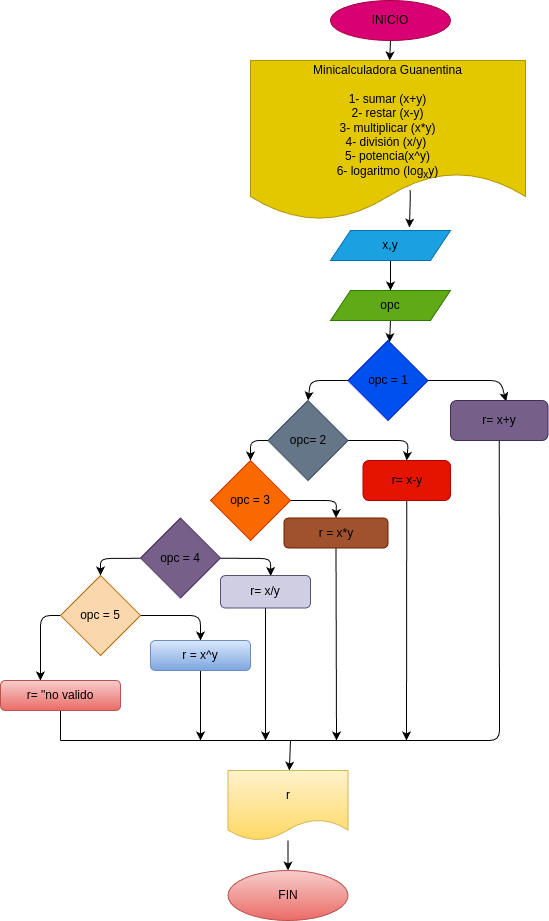
This is diagrama.png from Ortegatemariangel/Minicalculadora_Guanentina, a draw.io export, as it was before one commit. Source tidied: cells renumbered, new cells last; positions are measured from the earlier drawing's top-left corner, leaving out a move shared by most shapes.
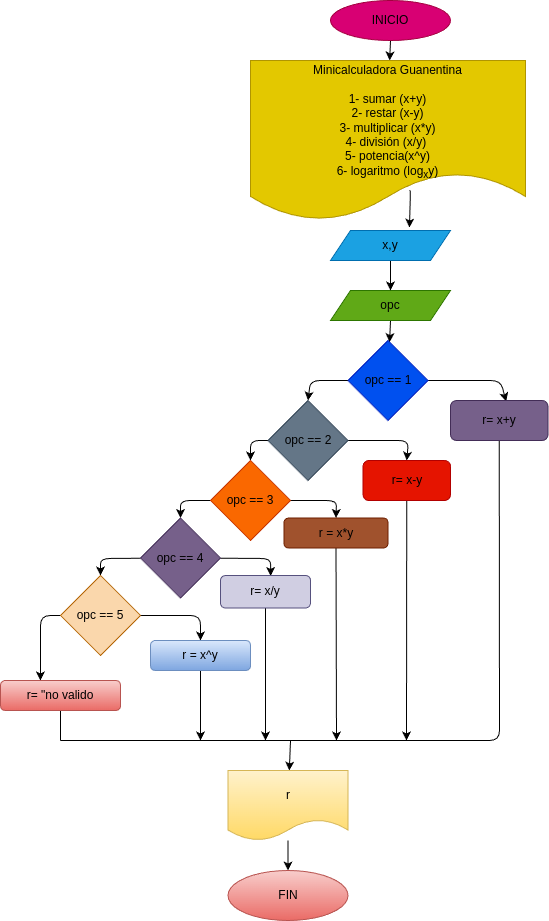
The same diagram one commit later.

What changed in the source:
```diff
@@ -45,7 +45,7 @@
         </Array>
       </mxGeometry>
     </mxCell>
-    <mxCell id="12" value="&lt;font color=&quot;#000000&quot;&gt;opc = 1&lt;/font&gt;" style="rhombus;whiteSpace=wrap;html=1;fillColor=#0050ef;fontColor=#ffffff;strokeColor=#001DBC;" parent="1" vertex="1">
+    <mxCell id="12" value="&lt;font color=&quot;#000000&quot;&gt;opc == 1&lt;/font&gt;" style="rhombus;whiteSpace=wrap;html=1;fillColor=#0050ef;fontColor=#ffffff;strokeColor=#001DBC;" parent="1" vertex="1">
       <mxGeometry x="347.5" y="340" width="80" height="80" as="geometry" />
     </mxCell>
     <mxCell id="13" style="edgeStyle=none;html=1;exitX=0.5;exitY=1;exitDx=0;exitDy=0;fontColor=#000000;endArrow=none;endFill=0;" parent="1" edge="1" source="14">
@@ -73,7 +73,7 @@
         </Array>
       </mxGeometry>
     </mxCell>
-    <mxCell id="17" value="&lt;font color=&quot;#000000&quot;&gt;opc= 2&lt;/font&gt;" style="rhombus;whiteSpace=wrap;html=1;fontColor=#ffffff;fillColor=#647687;strokeColor=#314354;" parent="1" vertex="1">
+    <mxCell id="17" value="&lt;font color=&quot;#000000&quot;&gt;opc == 2&lt;/font&gt;" style="rhombus;whiteSpace=wrap;html=1;fontColor=#ffffff;fillColor=#647687;strokeColor=#314354;" parent="1" vertex="1">
       <mxGeometry x="267.5" y="400" width="80" height="80" as="geometry" />
     </mxCell>
     <mxCell id="18" style="edgeStyle=none;html=1;exitX=0.5;exitY=1;exitDx=0;exitDy=0;fontColor=#000000;endArrow=classic;endFill=1;" parent="1" edge="1" source="19">
@@ -91,7 +91,14 @@
         </Array>
       </mxGeometry>
     </mxCell>
+    <mxCell id="40" style="edgeStyle=none;html=1;entryX=0.5;entryY=0;entryDx=0;entryDy=0;fontColor=#000000;endArrow=classic;endFill=1;" parent="1" edge="1" source="21" target="26">
+      <mxGeometry relative="1" as="geometry">
+        <Array as="points">
+          <mxPoint x="180" y="500" />
+        </Array>
+      </mxGeometry>
+    </mxCell>
-    <mxCell id="21" value="opc = 3" style="rhombus;whiteSpace=wrap;html=1;fontColor=#000000;fillColor=#fa6800;strokeColor=#C73500;" parent="1" vertex="1">
+    <mxCell id="21" value="opc == 3" style="rhombus;whiteSpace=wrap;html=1;fontColor=#000000;fillColor=#fa6800;strokeColor=#C73500;" parent="1" vertex="1">
       <mxGeometry x="210" y="460" width="80" height="80" as="geometry" />
     </mxCell>
     <mxCell id="22" style="edgeStyle=none;html=1;exitX=0.5;exitY=1;exitDx=0;exitDy=0;fontColor=#000000;endArrow=classic;endFill=1;" parent="1" edge="1" source="23">
@@ -99,7 +106,7 @@
         <mxPoint x="336" y="740" as="targetPoint" />
       </mxGeometry>
     </mxCell>
-    <mxCell id="23" value="&lt;font color=&quot;#000000&quot;&gt;r = x*y&lt;/font&gt;" style="rounded=1;whiteSpace=wrap;html=1;fontColor=#ffffff;fillColor=#a0522d;strokeColor=#6D1F00;" parent="1" vertex="1">
+    <mxCell id="23" value="&lt;font color=&quot;#000000&quot;&gt;r = x*y&lt;/font&gt;" style="rounded=1;whiteSpace=wrap;html=1;fillColor=#a0522d;strokeColor=#6D1F00;fontColor=#ffffff;" parent="1" vertex="1">
       <mxGeometry x="283.5" y="517.5" width="104" height="30" as="geometry" />
     </mxCell>
     <mxCell id="24" style="edgeStyle=none;html=1;entryX=0.558;entryY=0.015;entryDx=0;entryDy=0;entryPerimeter=0;fontColor=#000000;" parent="1" edge="1" source="26" target="28">
@@ -116,7 +123,7 @@
         </Array>
       </mxGeometry>
     </mxCell>
-    <mxCell id="26" value="&lt;font color=&quot;#000000&quot;&gt;opc = 4&lt;/font&gt;" style="rhombus;whiteSpace=wrap;html=1;fontColor=#ffffff;fillColor=#76608a;strokeColor=#432D57;" parent="1" vertex="1">
+    <mxCell id="26" value="&lt;font color=&quot;#000000&quot;&gt;opc == 4&lt;/font&gt;" style="rhombus;whiteSpace=wrap;html=1;fontColor=#ffffff;fillColor=#76608a;strokeColor=#432D57;" parent="1" vertex="1">
       <mxGeometry x="140" y="517.5" width="80" height="80" as="geometry" />
     </mxCell>
     <mxCell id="27" style="edgeStyle=none;html=1;exitX=0.5;exitY=1;exitDx=0;exitDy=0;fontColor=#000000;endArrow=classic;endFill=1;" parent="1" edge="1" source="28">
@@ -141,7 +148,7 @@
         </Array>
       </mxGeometry>
     </mxCell>
-    <mxCell id="31" value="&lt;font color=&quot;#000000&quot;&gt;opc = 5&lt;/font&gt;" style="rhombus;whiteSpace=wrap;html=1;fillColor=#fad7ac;strokeColor=#b46504;" parent="1" vertex="1">
+    <mxCell id="31" value="&lt;font color=&quot;#000000&quot;&gt;opc == 5&lt;/font&gt;" style="rhombus;whiteSpace=wrap;html=1;fillColor=#fad7ac;strokeColor=#b46504;" parent="1" vertex="1">
       <mxGeometry x="60" y="575" width="80" height="80" as="geometry" />
     </mxCell>
     <mxCell id="32" style="edgeStyle=none;html=1;fontColor=#000000;endArrow=classic;endFill=1;" parent="1" edge="1" source="33">
```
